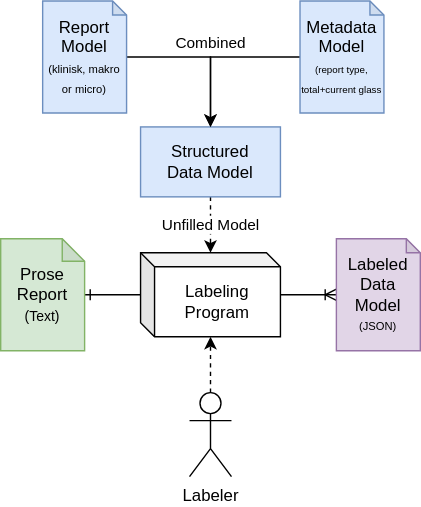
This is figures/Labeling.drawio.svg from Veggissss/FFT2SD, a draw.io export, as it was before one commit. Source tidied: cells renumbered, new cells last; positions are measured from the earlier drawing's top-left corner, leaving out a move shared by most shapes.
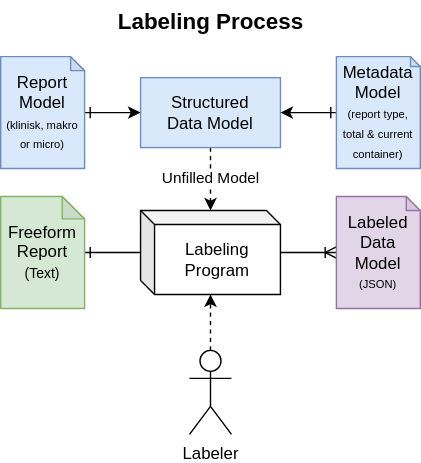
After the commit.

Diff of the diagram source:
```diff
@@ -11,12 +11,12 @@
       </mxGeometry>
     </mxCell>
     <mxCell id="4" value="Structured Data&amp;nbsp;&lt;span style=&quot;background-color: initial;&quot;&gt;Model&lt;/span&gt;" style="rounded=0;whiteSpace=wrap;html=1;fillColor=#dae8fc;strokeColor=#6c8ebf;" parent="1" vertex="1">
-      <mxGeometry x="100" y="90" width="100" height="50" as="geometry" />
+      <mxGeometry x="100" y="85" width="100" height="50" as="geometry" />
     </mxCell>
     <mxCell id="5" style="edgeStyle=orthogonalEdgeStyle;rounded=0;jettySize=auto;html=1;startArrow=ERone;startFill=0;endArrow=none;endFill=0;" parent="1" edge="1" source="6" target="8">
       <mxGeometry relative="1" as="geometry" />
     </mxCell>
-    <mxCell id="6" value="Prose&lt;div&gt;Report&lt;/div&gt;&lt;div&gt;&lt;font size=&quot;1&quot;&gt;(Text)&lt;/font&gt;&lt;/div&gt;" style="shape=note;whiteSpace=wrap;html=1;backgroundOutline=1;darkOpacity=0.05;size=16;fillColor=#d5e8d4;strokeColor=#82b366;" parent="1" vertex="1">
+    <mxCell id="6" value="Freeform&lt;div&gt;Report&lt;/div&gt;&lt;div&gt;&lt;font size=&quot;1&quot;&gt;(Text)&lt;/font&gt;&lt;/div&gt;" style="shape=note;whiteSpace=wrap;html=1;backgroundOutline=1;darkOpacity=0.05;size=16;fillColor=#d5e8d4;strokeColor=#82b366;" parent="1" vertex="1">
       <mxGeometry y="170" width="60" height="80" as="geometry" />
     </mxCell>
     <mxCell id="7" style="edgeStyle=orthogonalEdgeStyle;rounded=0;jettySize=auto;html=1;endArrow=ERoneToMany;endFill=0;startArrow=none;startFill=0;" parent="1" edge="1" source="8" target="9">
@@ -34,22 +34,20 @@
     <mxCell id="11" value="Labeler" style="shape=umlActor;verticalLabelPosition=bottom;verticalAlign=top;html=1;outlineConnect=0;" parent="1" vertex="1">
       <mxGeometry x="135" y="280" width="30" height="60" as="geometry" />
     </mxCell>
-    <mxCell id="12" style="edgeStyle=orthogonalEdgeStyle;rounded=0;jettySize=auto;html=1;" parent="1" edge="1" source="13" target="4">
+    <mxCell id="12" style="edgeStyle=orthogonalEdgeStyle;rounded=0;jettySize=auto;html=1;startArrow=ERone;startFill=0;" parent="1" edge="1" source="13" target="4">
       <mxGeometry relative="1" as="geometry" />
     </mxCell>
     <mxCell id="13" value="Report Model&lt;div&gt;&lt;span style=&quot;font-size: 8px;&quot;&gt;(klinisk, makro or micro)&lt;/span&gt;&lt;/div&gt;" style="shape=note;whiteSpace=wrap;html=1;backgroundOutline=1;darkOpacity=0.05;size=10;fillColor=#dae8fc;strokeColor=#6c8ebf;" parent="1" vertex="1">
-      <mxGeometry x="30" width="60" height="80" as="geometry" />
+      <mxGeometry y="70" width="60" height="80" as="geometry" />
     </mxCell>
-    <mxCell id="14" style="edgeStyle=orthogonalEdgeStyle;rounded=0;jettySize=auto;html=1;" parent="1" edge="1" source="16" target="4">
+    <mxCell id="14" style="edgeStyle=orthogonalEdgeStyle;rounded=0;jettySize=auto;html=1;startArrow=ERone;startFill=0;" parent="1" edge="1" source="16" target="4">
       <mxGeometry relative="1" as="geometry" />
     </mxCell>
-    <mxCell id="15" value="Combined" style="edgeLabel;html=1;align=center;verticalAlign=middle;" parent="14" vertex="1">
-      <mxGeometry x="0.14" relative="1" as="geometry">
-        <mxPoint y="-11" as="offset" />
-      </mxGeometry>
-    </mxCell>
-    <mxCell id="16" value="Metadata&lt;div&gt;Model&lt;/div&gt;&lt;div&gt;&lt;font style=&quot;font-size: 7px;&quot;&gt;(report type, total+current glass&lt;/font&gt;&lt;/div&gt;" style="shape=note;whiteSpace=wrap;html=1;backgroundOutline=1;darkOpacity=0.05;size=10;fillColor=#dae8fc;strokeColor=#6c8ebf;" parent="1" vertex="1">
-      <mxGeometry x="214" width="60" height="80" as="geometry" />
+    <mxCell id="16" value="Metadata&lt;div&gt;Model&lt;/div&gt;&lt;div&gt;&lt;font style=&quot;font-size: 8px;&quot;&gt;(report type, total &amp;amp; current container)&lt;/font&gt;&lt;/div&gt;" style="shape=note;whiteSpace=wrap;html=1;backgroundOutline=1;darkOpacity=0.05;size=7;fillColor=#dae8fc;strokeColor=#6c8ebf;" parent="1" vertex="1">
+      <mxGeometry x="240" y="70" width="60" height="80" as="geometry" />
     </mxCell>
+    <mxCell id="17" value="&lt;div&gt;&lt;b style=&quot;background-color: initial;&quot;&gt;&lt;font style=&quot;font-size: 16px;&quot;&gt;Labeling Process&lt;/font&gt;&lt;/b&gt;&lt;/div&gt;" style="text;html=1;align=center;verticalAlign=middle;strokeColor=none;fillColor=none;rounded=1;" parent="1" vertex="1">
+      <mxGeometry x="70" y="30" width="160" height="30" as="geometry" />
+    </mxCell>
   </root>
 </mxGraphModel>
```
